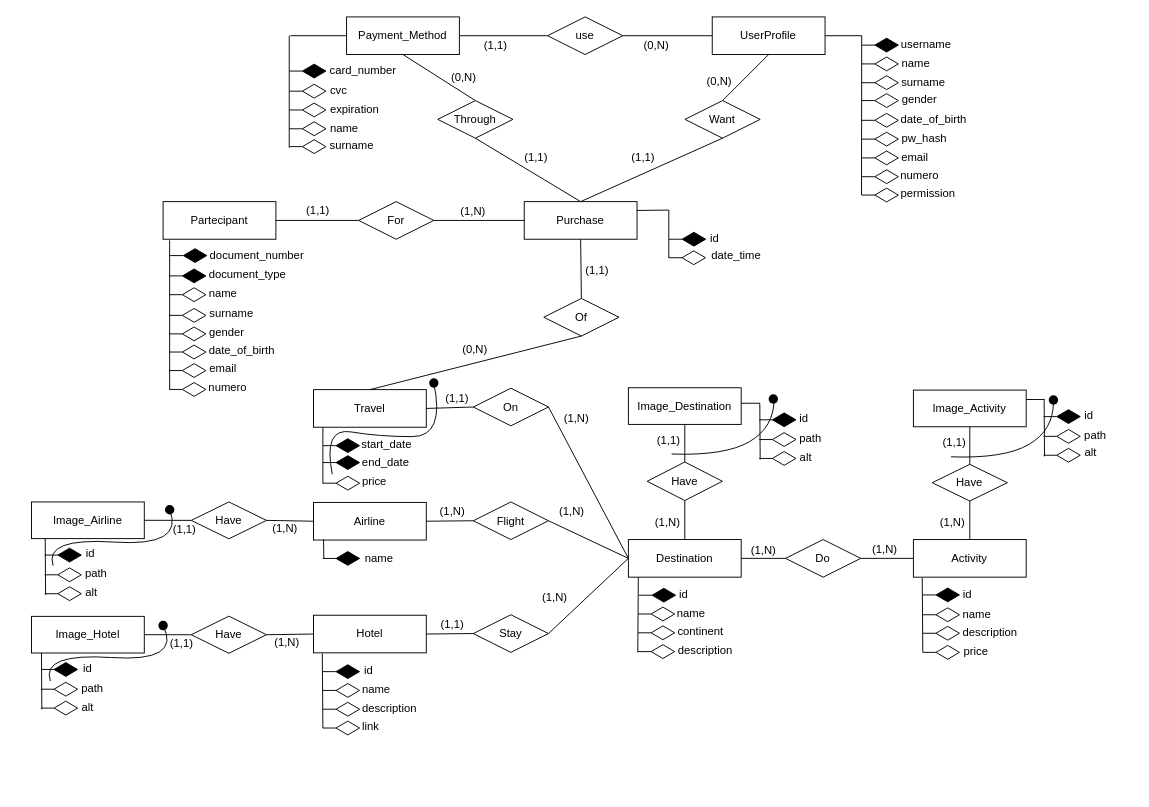
tech-web-unipd/sito-viaggi keeps this draw.io diagram as database/diagramma.drawio. Above is the earlier version. Source tidied: cells renumbered, new cells numbered last; positions are measured from the earlier drawing's top-left corner, leaving out a move shared by most shapes. Both pictures are drawn from the tidied source at 94%, with x=0, y=0 at pixel (31, 17).
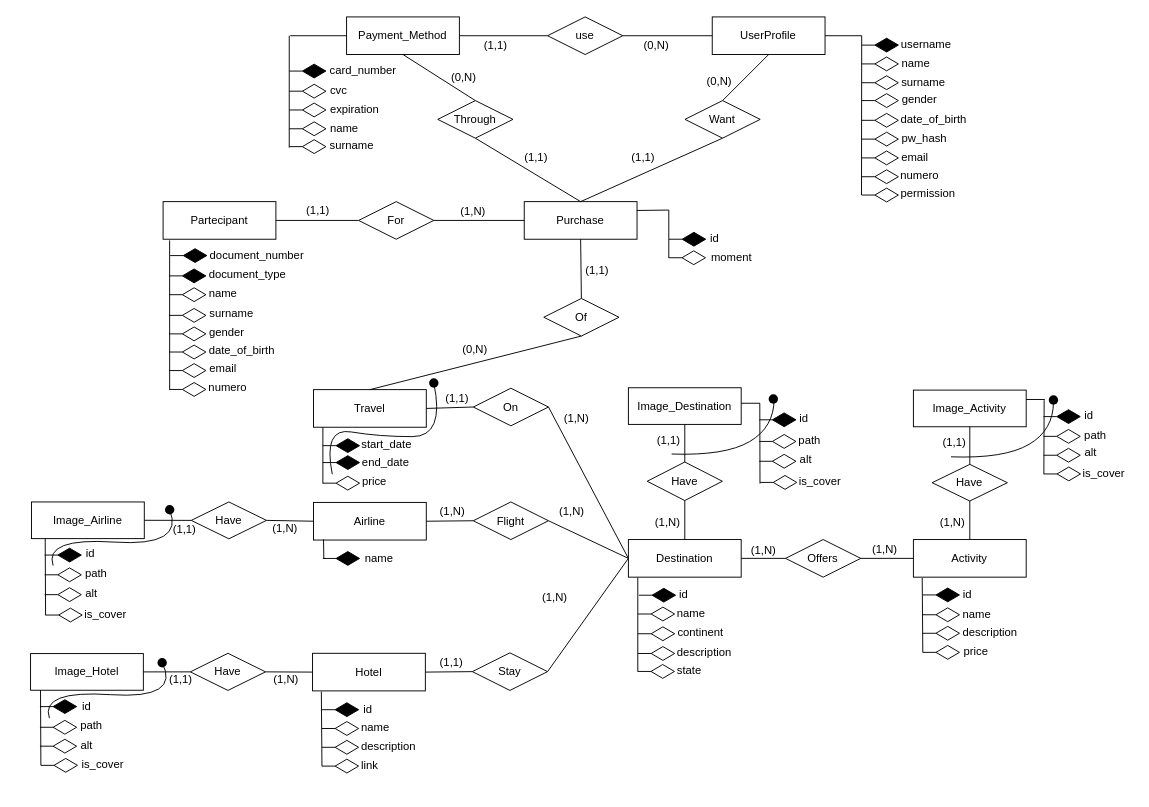
After the change.

The change refers to these unchanged cells:
```xml
<mxCell id="2" value="Destination" style="rounded=0;whiteSpace=wrap;html=1;" parent="1" vertex="1">
  <mxGeometry x="635" y="555.5" width="120" height="40" as="geometry" />
</mxCell>
```

Change to the diagram source:
```diff
@@
-    <mxCell id="3" value="Do" style="rhombus;whiteSpace=wrap;html=1;" parent="1" vertex="1">
+    <mxCell id="3" value="Offers" style="rhombus;whiteSpace=wrap;html=1;" parent="1" vertex="1">
       <mxGeometry x="802.2" y="555.5" width="80" height="40" as="geometry" />
     </mxCell>
@@
-    <mxCell id="8" style="endArrow=none;html=1;rounded=0;entryX=0.088;entryY=1.003;entryDx=0;entryDy=0;entryPerimeter=0;" parent="1" edge="1" target="2">
-      <mxGeometry relative="1" as="geometry">
-        <mxPoint x="645" y="675.5" as="sourcePoint" />
-      </mxGeometry>
-    </mxCell>
@@
     <mxCell id="11" style="endArrow=diamondThin;endFill=0;endSize=24;html=1;rounded=0;" parent="1" edge="1">
       <mxGeometry relative="1" as="geometry">
-        <mxPoint x="645.2" y="654.7" as="sourcePoint" />
-        <mxPoint x="685.2" y="654.7" as="targetPoint" />
+        <mxPoint x="645.2" y="655.7" as="sourcePoint" />
+        <mxPoint x="685.2" y="655.7" as="targetPoint" />
       </mxGeometry>
     </mxCell>
     <mxCell id="12" style="endArrow=diamondThin;endFill=0;endSize=24;html=1;rounded=0;" parent="1" edge="1">
       <mxGeometry relative="1" as="geometry">
-        <mxPoint x="645.2" y="674.7" as="sourcePoint" />
-        <mxPoint x="685.2" y="674.7" as="targetPoint" />
+        <mxPoint x="645.2" y="676.7" as="sourcePoint" />
+        <mxPoint x="685.2" y="676.7" as="targetPoint" />
       </mxGeometry>
     </mxCell>
@@
     <mxCell id="17" value="continent" style="text;html=1;strokeColor=none;fillColor=none;align=center;verticalAlign=middle;whiteSpace=wrap;rounded=0;" parent="1" vertex="1">
-      <mxGeometry x="682.2" y="643.7" width="60" height="20" as="geometry" />
+      <mxGeometry x="682.2" y="644.7" width="60" height="20" as="geometry" />
     </mxCell>
@@
     <mxCell id="19" value="description" style="text;html=1;strokeColor=none;fillColor=none;align=center;verticalAlign=middle;whiteSpace=wrap;rounded=0;" parent="1" vertex="1">
-      <mxGeometry x="687.2" y="663.7" width="60" height="20" as="geometry" />
+      <mxGeometry x="686.2" y="665.7" width="60" height="20" as="geometry" />
     </mxCell>
@@
     <mxCell id="40" value="Stay" style="rhombus;whiteSpace=wrap;html=1;" parent="1" vertex="1">
-      <mxGeometry x="470" y="635.5" width="80" height="40" as="geometry" />
+      <mxGeometry x="469" y="676" width="80" height="40" as="geometry" />
     </mxCell>
@@
     <mxCell id="42" value="Hotel" style="rounded=0;whiteSpace=wrap;html=1;" parent="1" vertex="1">
-      <mxGeometry x="300" y="636" width="120" height="40" as="geometry" />
+      <mxGeometry x="299" y="676.5" width="120" height="40" as="geometry" />
     </mxCell>
@@
     <mxCell id="44" style="endArrow=none;html=1;rounded=0;entryX=0.078;entryY=1.019;entryDx=0;entryDy=0;entryPerimeter=0;" parent="1" edge="1" target="42">
       <mxGeometry relative="1" as="geometry">
-        <mxPoint x="310" y="756" as="sourcePoint" />
+        <mxPoint x="309" y="796.5" as="sourcePoint" />
       </mxGeometry>
     </mxCell>
@@
     <mxCell id="49" value="link" style="text;html=1;strokeColor=none;fillColor=none;align=center;verticalAlign=middle;whiteSpace=wrap;rounded=0;" parent="1" vertex="1">
-      <mxGeometry x="331" y="745" width="60" height="20" as="geometry" />
+      <mxGeometry x="330" y="785.5" width="60" height="20" as="geometry" />
     </mxCell>
     <mxCell id="50" value="description" style="text;html=1;strokeColor=none;fillColor=none;align=center;verticalAlign=middle;whiteSpace=wrap;rounded=0;" parent="1" vertex="1">
-      <mxGeometry x="351" y="725" width="60" height="20" as="geometry" />
+      <mxGeometry x="350" y="765.5" width="60" height="20" as="geometry" />
     </mxCell>
     <mxCell id="51" value="name" style="text;html=1;strokeColor=none;fillColor=none;align=center;verticalAlign=middle;whiteSpace=wrap;rounded=0;" parent="1" vertex="1">
-      <mxGeometry x="337" y="705" width="60" height="20" as="geometry" />
+      <mxGeometry x="336" y="745.5" width="60" height="20" as="geometry" />
     </mxCell>
     <mxCell id="52" value="id" style="text;html=1;strokeColor=none;fillColor=none;align=center;verticalAlign=middle;whiteSpace=wrap;rounded=0;" parent="1" vertex="1">
-      <mxGeometry x="329" y="685" width="60" height="20" as="geometry" />
+      <mxGeometry x="328" y="725.5" width="60" height="20" as="geometry" />
     </mxCell>
     <mxCell id="53" style="endArrow=diamondThin;endFill=1;endSize=24;html=1;rounded=0;" parent="1" edge="1">
       <mxGeometry relative="1" as="geometry">
-        <mxPoint x="310" y="696" as="sourcePoint" />
-        <mxPoint x="350" y="696" as="targetPoint" />
+        <mxPoint x="309" y="736.5" as="sourcePoint" />
+        <mxPoint x="349" y="736.5" as="targetPoint" />
       </mxGeometry>
     </mxCell>
     <mxCell id="54" style="endArrow=diamondThin;endFill=0;endSize=24;html=1;rounded=0;" parent="1" edge="1">
       <mxGeometry relative="1" as="geometry">
-        <mxPoint x="310" y="716" as="sourcePoint" />
-        <mxPoint x="350" y="716" as="targetPoint" />
+        <mxPoint x="309" y="756.5" as="sourcePoint" />
+        <mxPoint x="349" y="756.5" as="targetPoint" />
       </mxGeometry>
     </mxCell>
@@
     <mxCell id="56" style="endArrow=diamondThin;endFill=0;endSize=24;html=1;rounded=0;" parent="1" edge="1">
       <mxGeometry relative="1" as="geometry">
-        <mxPoint x="310" y="736" as="sourcePoint" />
-        <mxPoint x="350" y="736" as="targetPoint" />
+        <mxPoint x="309" y="776.5" as="sourcePoint" />
+        <mxPoint x="349" y="776.5" as="targetPoint" />
       </mxGeometry>
     </mxCell>
     <mxCell id="57" style="endArrow=diamondThin;endFill=0;endSize=24;html=1;rounded=0;" parent="1" edge="1">
       <mxGeometry relative="1" as="geometry">
-        <mxPoint x="310" y="756" as="sourcePoint" />
-        <mxPoint x="350" y="756" as="targetPoint" />
+        <mxPoint x="309" y="796.5" as="sourcePoint" />
+        <mxPoint x="349" y="796.5" as="targetPoint" />
       </mxGeometry>
     </mxCell>
     <mxCell id="58" value="(1,1)" style="text;html=1;strokeColor=none;fillColor=none;align=center;verticalAlign=middle;whiteSpace=wrap;rounded=0;" parent="1" vertex="1">
-      <mxGeometry x="418" y="636" width="60" height="20" as="geometry" />
+      <mxGeometry x="417" y="676.5" width="60" height="20" as="geometry" />
     </mxCell>
@@
     <mxCell id="68" value="Image_Hotel" style="rounded=0;whiteSpace=wrap;html=1;" parent="1" vertex="1">
-      <mxGeometry y="637.2" width="120" height="39" as="geometry" />
+      <mxGeometry x="-1" y="676.8" width="120" height="39" as="geometry" />
     </mxCell>
     <mxCell id="69" value="Have" style="rhombus;whiteSpace=wrap;html=1;" parent="1" vertex="1">
-      <mxGeometry x="170" y="637" width="80" height="39.5" as="geometry" />
+      <mxGeometry x="169" y="676.5" width="80" height="39.5" as="geometry" />
     </mxCell>
@@
     <mxCell id="78" style="endArrow=none;html=1;rounded=0;entryX=0.105;entryY=1.05;entryDx=0;entryDy=0;entryPerimeter=0;" parent="1" edge="1">
       <mxGeometry relative="1" as="geometry">
-        <mxPoint x="11" y="736" as="sourcePoint" />
-        <mxPoint x="10.6" y="676.2" as="targetPoint" />
+        <mxPoint x="10" y="795.5" as="sourcePoint" />
+        <mxPoint x="9.6" y="715.7" as="targetPoint" />
       </mxGeometry>
     </mxCell>
     <mxCell id="79" style="endArrow=diamondThin;endFill=1;endSize=24;html=1;rounded=0;" parent="1" edge="1">
       <mxGeometry relative="1" as="geometry">
-        <mxPoint x="10" y="693.7" as="sourcePoint" />
-        <mxPoint x="50" y="693.7" as="targetPoint" />
+        <mxPoint x="9" y="733.2" as="sourcePoint" />
+        <mxPoint x="49" y="733.2" as="targetPoint" />
       </mxGeometry>
     </mxCell>
     <mxCell id="80" style="curved=1;endArrow=none;html=1;rounded=0;startArrow=none;" parent="1" edge="1" source="81">
       <mxGeometry relative="1" as="geometry">
-        <mxPoint x="140" y="647" as="targetPoint" />
+        <mxPoint x="139" y="686.5" as="targetPoint" />
       </mxGeometry>
     </mxCell>
     <mxCell id="81" style="shape=waypoint;sketch=0;fillStyle=solid;size=10;points=[];fillColor=none;perimeter=centerPerimeter;snapToPoint=1;" parent="1" vertex="1">
-      <mxGeometry x="120" y="627" width="40" height="40" as="geometry" />
+      <mxGeometry x="119" y="666.5" width="40" height="40" as="geometry" />
     </mxCell>
     <mxCell id="82" style="curved=1;endArrow=none;html=1;rounded=0;" parent="1" edge="1" target="81">
       <mxGeometry relative="1" as="geometry">
-        <mxPoint x="20" y="706" as="sourcePoint" />
+        <mxPoint x="19" y="745.5" as="sourcePoint" />
         <Array as="points">
-          <mxPoint x="10" y="676" />
-          <mxPoint x="160" y="686" />
+          <mxPoint x="9" y="715.5" />
+          <mxPoint x="159" y="725.5" />
         </Array>
       </mxGeometry>
     </mxCell>
     <mxCell id="83" style="endArrow=diamondThin;endFill=0;endSize=24;html=1;rounded=0;" parent="1" edge="1">
       <mxGeometry relative="1" as="geometry">
-        <mxPoint x="10" y="714.7" as="sourcePoint" />
-        <mxPoint x="50" y="714.7" as="targetPoint" />
+        <mxPoint x="9" y="755.2" as="sourcePoint" />
+        <mxPoint x="49" y="755.2" as="targetPoint" />
       </mxGeometry>
     </mxCell>
     <mxCell id="84" style="endArrow=diamondThin;endFill=0;endSize=24;html=1;rounded=0;" parent="1" edge="1">
       <mxGeometry relative="1" as="geometry">
-        <mxPoint x="10" y="734.8" as="sourcePoint" />
-        <mxPoint x="50" y="734.8" as="targetPoint" />
+        <mxPoint x="9" y="775.3" as="sourcePoint" />
+        <mxPoint x="49" y="775.3" as="targetPoint" />
       </mxGeometry>
     </mxCell>
     <mxCell id="85" value="id" style="text;html=1;strokeColor=none;fillColor=none;align=center;verticalAlign=middle;whiteSpace=wrap;rounded=0;" parent="1" vertex="1">
-      <mxGeometry x="30" y="683" width="60" height="20" as="geometry" />
+      <mxGeometry x="29" y="722.5" width="60" height="20" as="geometry" />
     </mxCell>
     <mxCell id="86" value="path" style="text;html=1;strokeColor=none;fillColor=none;align=center;verticalAlign=middle;whiteSpace=wrap;rounded=0;" parent="1" vertex="1">
-      <mxGeometry x="35" y="704" width="60" height="20" as="geometry" />
+      <mxGeometry x="34" y="743.5" width="60" height="20" as="geometry" />
     </mxCell>
     <mxCell id="87" value="alt" style="text;html=1;strokeColor=none;fillColor=none;align=center;verticalAlign=middle;whiteSpace=wrap;rounded=0;" parent="1" vertex="1">
-      <mxGeometry x="30" y="724" width="60" height="20" as="geometry" />
+      <mxGeometry x="29" y="764.5" width="60" height="20" as="geometry" />
     </mxCell>
@@
     <mxCell id="89" style="endArrow=none;html=1;rounded=0;entryX=0.105;entryY=1.05;entryDx=0;entryDy=0;entryPerimeter=0;" parent="1" edge="1">
       <mxGeometry relative="1" as="geometry">
-        <mxPoint x="15" y="614.3" as="sourcePoint" />
+        <mxPoint x="15" y="636" as="sourcePoint" />
         <mxPoint x="14.6" y="554.5" as="targetPoint" />
       </mxGeometry>
     </mxCell>
@@
     <mxCell id="92" style="endArrow=diamondThin;endFill=0;endSize=24;html=1;rounded=0;" parent="1" edge="1">
       <mxGeometry relative="1" as="geometry">
-        <mxPoint x="14" y="613.1" as="sourcePoint" />
-        <mxPoint x="54" y="613.1" as="targetPoint" />
+        <mxPoint x="14" y="614.1" as="sourcePoint" />
+        <mxPoint x="54" y="614.1" as="targetPoint" />
       </mxGeometry>
     </mxCell>
@@
     <mxCell id="95" value="alt" style="text;html=1;strokeColor=none;fillColor=none;align=center;verticalAlign=middle;whiteSpace=wrap;rounded=0;" parent="1" vertex="1">
-      <mxGeometry x="34" y="602.3" width="60" height="20" as="geometry" />
+      <mxGeometry x="34" y="603.3" width="60" height="20" as="geometry" />
     </mxCell>
@@
     <mxCell id="100" style="endArrow=none;html=1;rounded=0;entryX=0.105;entryY=1.05;entryDx=0;entryDy=0;entryPerimeter=0;" parent="1" edge="1">
       <mxGeometry relative="1" as="geometry">
-        <mxPoint x="775.2" y="470.4" as="sourcePoint" />
+        <mxPoint x="775" y="496" as="sourcePoint" />
         <mxPoint x="774.8" y="410.6" as="targetPoint" />
       </mxGeometry>
     </mxCell>
@@
     <mxCell id="102" style="endArrow=diamondThin;endFill=0;endSize=24;html=1;rounded=0;" parent="1" edge="1">
       <mxGeometry relative="1" as="geometry">
-        <mxPoint x="774.2" y="449.1" as="sourcePoint" />
-        <mxPoint x="814.2" y="449.1" as="targetPoint" />
+        <mxPoint x="774.2" y="451.1" as="sourcePoint" />
+        <mxPoint x="814.2" y="451.1" as="targetPoint" />
       </mxGeometry>
     </mxCell>
     <mxCell id="103" style="endArrow=diamondThin;endFill=0;endSize=24;html=1;rounded=0;" parent="1" edge="1">
       <mxGeometry relative="1" as="geometry">
-        <mxPoint x="774.2" y="469.2" as="sourcePoint" />
-        <mxPoint x="814.2" y="469.2" as="targetPoint" />
+        <mxPoint x="774.2" y="472.2" as="sourcePoint" />
+        <mxPoint x="814.2" y="472.2" as="targetPoint" />
       </mxGeometry>
     </mxCell>
@@
     <mxCell id="105" value="path" style="text;html=1;strokeColor=none;fillColor=none;align=center;verticalAlign=middle;whiteSpace=wrap;rounded=0;" parent="1" vertex="1">
-      <mxGeometry x="799.2" y="438.4" width="60" height="20" as="geometry" />
+      <mxGeometry x="798.2" y="440.4" width="60" height="20" as="geometry" />
     </mxCell>
     <mxCell id="106" value="alt" style="text;html=1;strokeColor=none;fillColor=none;align=center;verticalAlign=middle;whiteSpace=wrap;rounded=0;" parent="1" vertex="1">
-      <mxGeometry x="794.2" y="458.4" width="60" height="20" as="geometry" />
+      <mxGeometry x="794.2" y="461.4" width="60" height="20" as="geometry" />
     </mxCell>
     <mxCell id="107" style="endArrow=none;html=1;rounded=0;entryX=0.105;entryY=1.05;entryDx=0;entryDy=0;entryPerimeter=0;" parent="1" edge="1">
       <mxGeometry relative="1" as="geometry">
-        <mxPoint x="1077.7" y="467" as="sourcePoint" />
+        <mxPoint x="1077" y="486" as="sourcePoint" />
         <mxPoint x="1077.3" y="407.2" as="targetPoint" />
       </mxGeometry>
     </mxCell>
@@
     <mxCell id="120" value="(1,1)" style="text;html=1;strokeColor=none;fillColor=none;align=center;verticalAlign=middle;whiteSpace=wrap;rounded=0;" parent="1" vertex="1">
-      <mxGeometry x="130" y="655.5" width="60" height="20" as="geometry" />
+      <mxGeometry x="129" y="695" width="60" height="20" as="geometry" />
     </mxCell>
@@
     <mxCell id="122" value="(1,N)" style="text;html=1;strokeColor=none;fillColor=none;align=center;verticalAlign=middle;whiteSpace=wrap;rounded=0;" parent="1" vertex="1">
-      <mxGeometry x="242" y="654.5" width="60" height="20" as="geometry" />
+      <mxGeometry x="241" y="695" width="60" height="20" as="geometry" />
     </mxCell>
@@
-    <mxCell id="211" value="date_time" style="text;html=1;strokeColor=none;fillColor=none;align=center;verticalAlign=middle;whiteSpace=wrap;rounded=0;" parent="1" vertex="1">
-      <mxGeometry x="720.2" y="244" width="60" height="20" as="geometry" />
+    <mxCell id="211" value="moment" style="text;html=1;strokeColor=none;fillColor=none;align=center;verticalAlign=middle;whiteSpace=wrap;rounded=0;" parent="1" vertex="1">
+      <mxGeometry x="715.2" y="246" width="60" height="20" as="geometry" />
     </mxCell>
@@
+    <mxCell id="214" style="endArrow=diamondThin;endFill=0;endSize=24;html=1;rounded=0;" parent="1" edge="1">
+      <mxGeometry relative="1" as="geometry">
+        <mxPoint x="645" y="695.8" as="sourcePoint" />
+        <mxPoint x="685" y="695.8" as="targetPoint" />
+      </mxGeometry>
+    </mxCell>
+    <mxCell id="215" style="endArrow=none;html=1;rounded=0;" parent="1" edge="1">
+      <mxGeometry relative="1" as="geometry">
+        <mxPoint x="645" y="696" as="sourcePoint" />
+        <mxPoint x="645" y="596" as="targetPoint" />
+      </mxGeometry>
+    </mxCell>
+    <mxCell id="216" value="state" style="text;html=1;strokeColor=none;fillColor=none;align=center;verticalAlign=middle;whiteSpace=wrap;rounded=0;" parent="1" vertex="1">
+      <mxGeometry x="670.2" y="684.7" width="60" height="20" as="geometry" />
+    </mxCell>
+    <mxCell id="217" value="is_cover" style="text;html=1;strokeColor=none;fillColor=none;align=center;verticalAlign=middle;whiteSpace=wrap;rounded=0;" parent="1" vertex="1">
+      <mxGeometry x="1111.2" y="474.5" width="60" height="20" as="geometry" />
+    </mxCell>
+    <mxCell id="218" style="endArrow=diamondThin;endFill=0;endSize=24;html=1;rounded=0;" parent="1" edge="1">
+      <mxGeometry relative="1" as="geometry">
+        <mxPoint x="1077" y="485.7" as="sourcePoint" />
+        <mxPoint x="1117" y="485.7" as="targetPoint" />
+      </mxGeometry>
+    </mxCell>
+    <mxCell id="219" value="is_cover" style="text;html=1;strokeColor=none;fillColor=none;align=center;verticalAlign=middle;whiteSpace=wrap;rounded=0;" parent="1" vertex="1">
+      <mxGeometry x="809.2" y="483.5" width="60" height="20" as="geometry" />
+    </mxCell>
+    <mxCell id="220" style="endArrow=diamondThin;endFill=0;endSize=24;html=1;rounded=0;" parent="1" edge="1">
+      <mxGeometry relative="1" as="geometry">
+        <mxPoint x="775.1" y="494.7" as="sourcePoint" />
+        <mxPoint x="815.1" y="494.7" as="targetPoint" />
+      </mxGeometry>
+    </mxCell>
+    <mxCell id="221" value="is_cover" style="text;html=1;strokeColor=none;fillColor=none;align=center;verticalAlign=middle;whiteSpace=wrap;rounded=0;" parent="1" vertex="1">
+      <mxGeometry x="46.1" y="784.5" width="60" height="20" as="geometry" />
+    </mxCell>
+    <mxCell id="222" style="endArrow=diamondThin;endFill=0;endSize=24;html=1;rounded=0;" parent="1" edge="1">
+      <mxGeometry relative="1" as="geometry">
+        <mxPoint x="9.9" y="795.7" as="sourcePoint" />
+        <mxPoint x="49.9" y="795.7" as="targetPoint" />
+      </mxGeometry>
+    </mxCell>
+    <mxCell id="223" value="is_cover" style="text;html=1;strokeColor=none;fillColor=none;align=center;verticalAlign=middle;whiteSpace=wrap;rounded=0;" parent="1" vertex="1">
+      <mxGeometry x="49.1" y="624.7" width="60" height="20" as="geometry" />
+    </mxCell>
+    <mxCell id="224" style="endArrow=diamondThin;endFill=0;endSize=24;html=1;rounded=0;" parent="1" edge="1">
+      <mxGeometry relative="1" as="geometry">
+        <mxPoint x="14.9" y="635.8" as="sourcePoint" />
+        <mxPoint x="54.9" y="635.8" as="targetPoint" />
+      </mxGeometry>
+    </mxCell>
```
